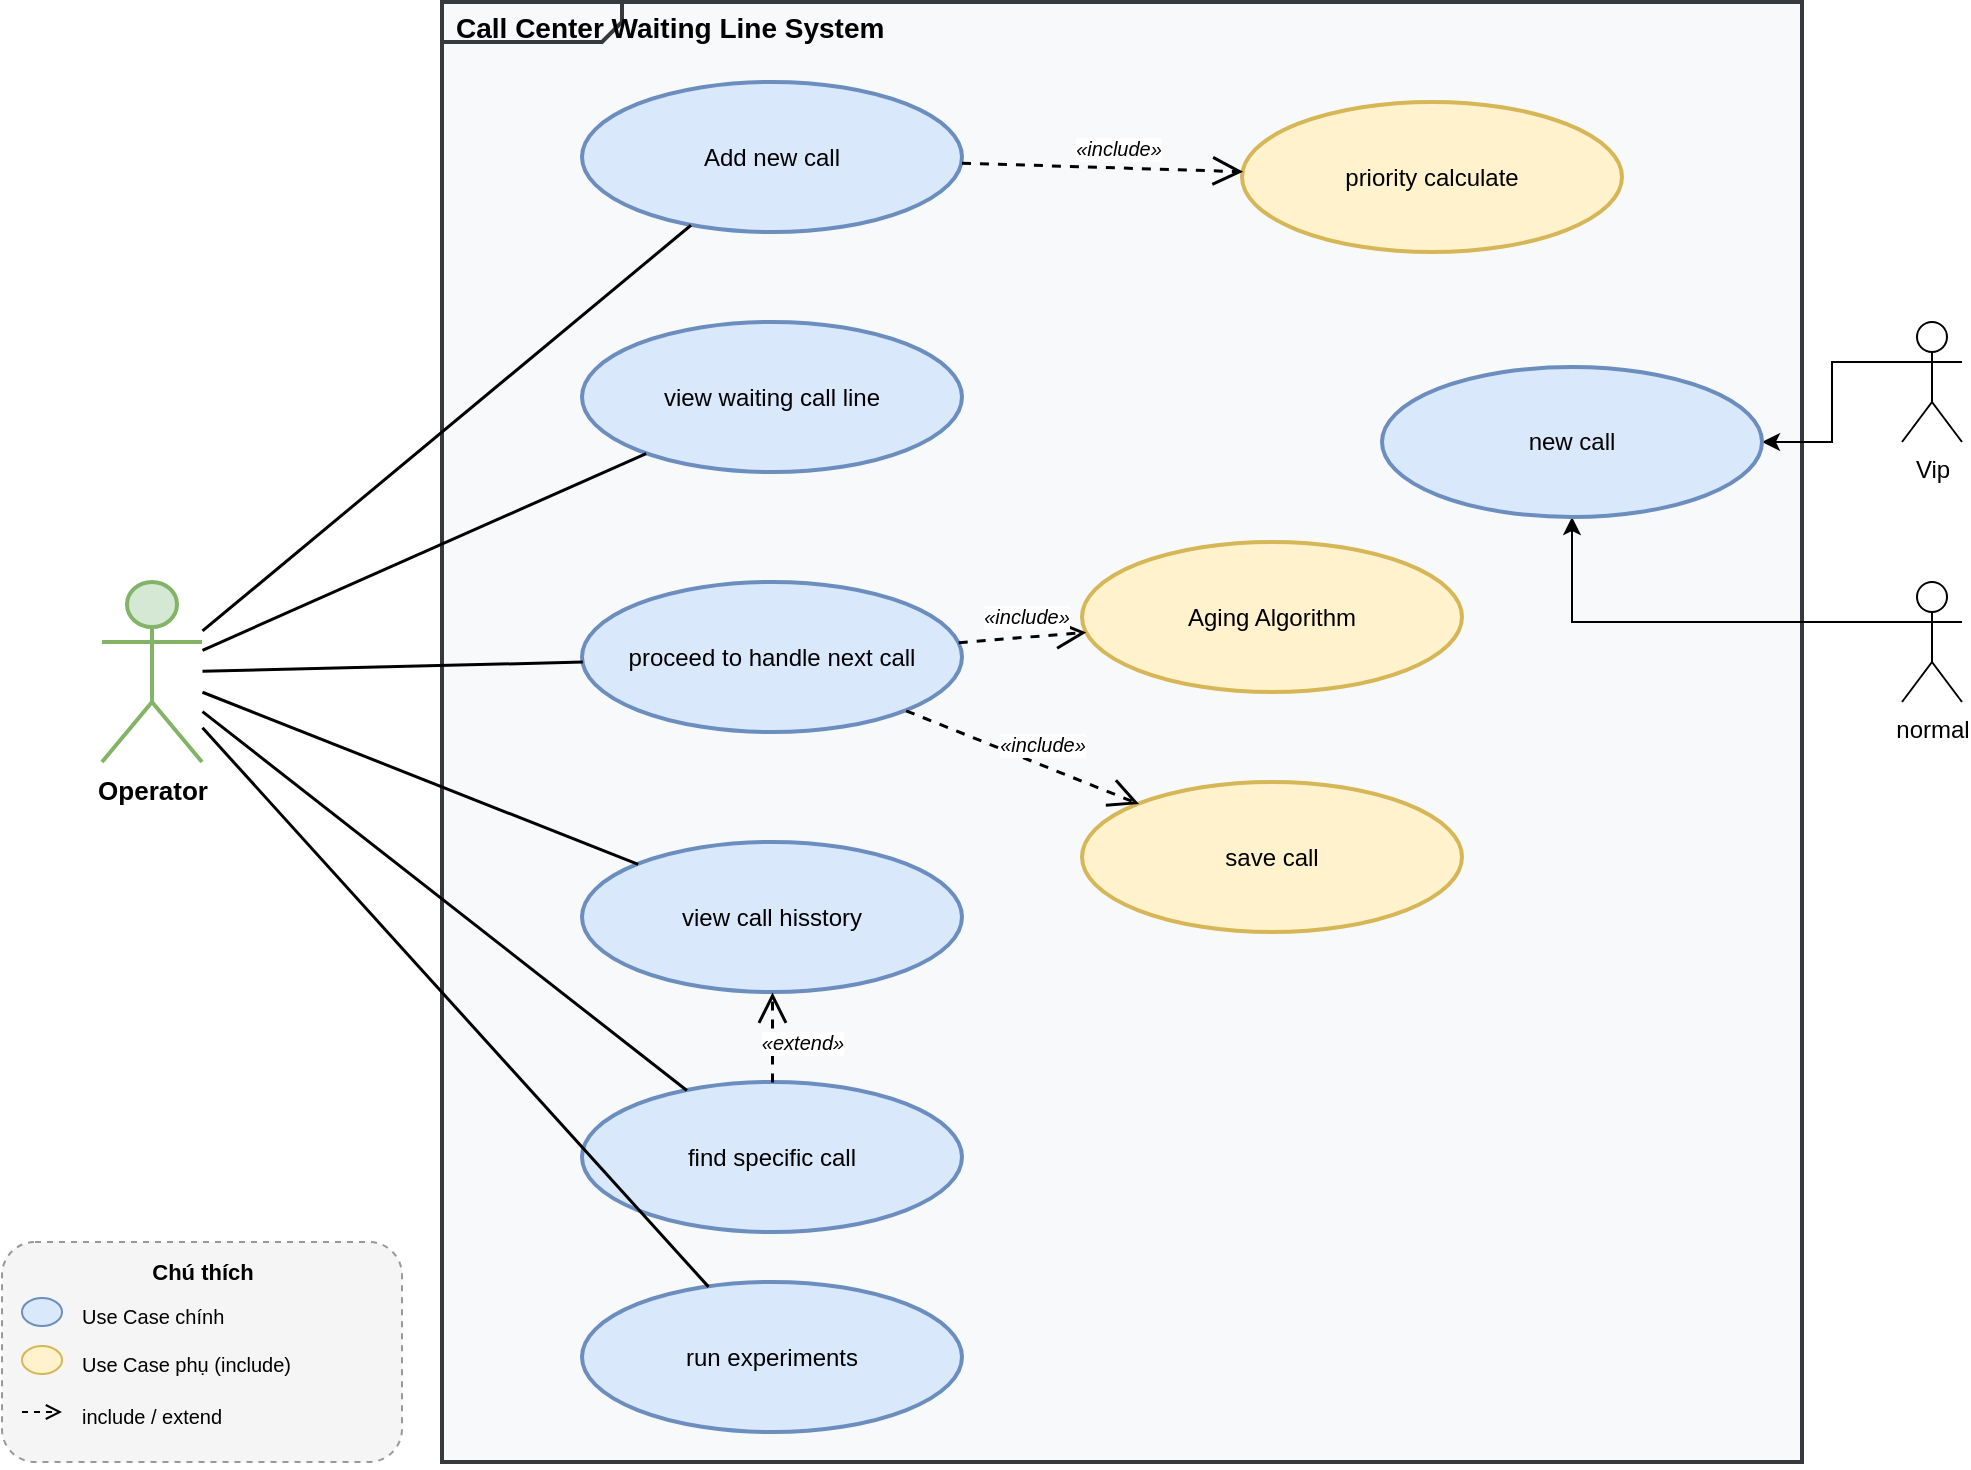
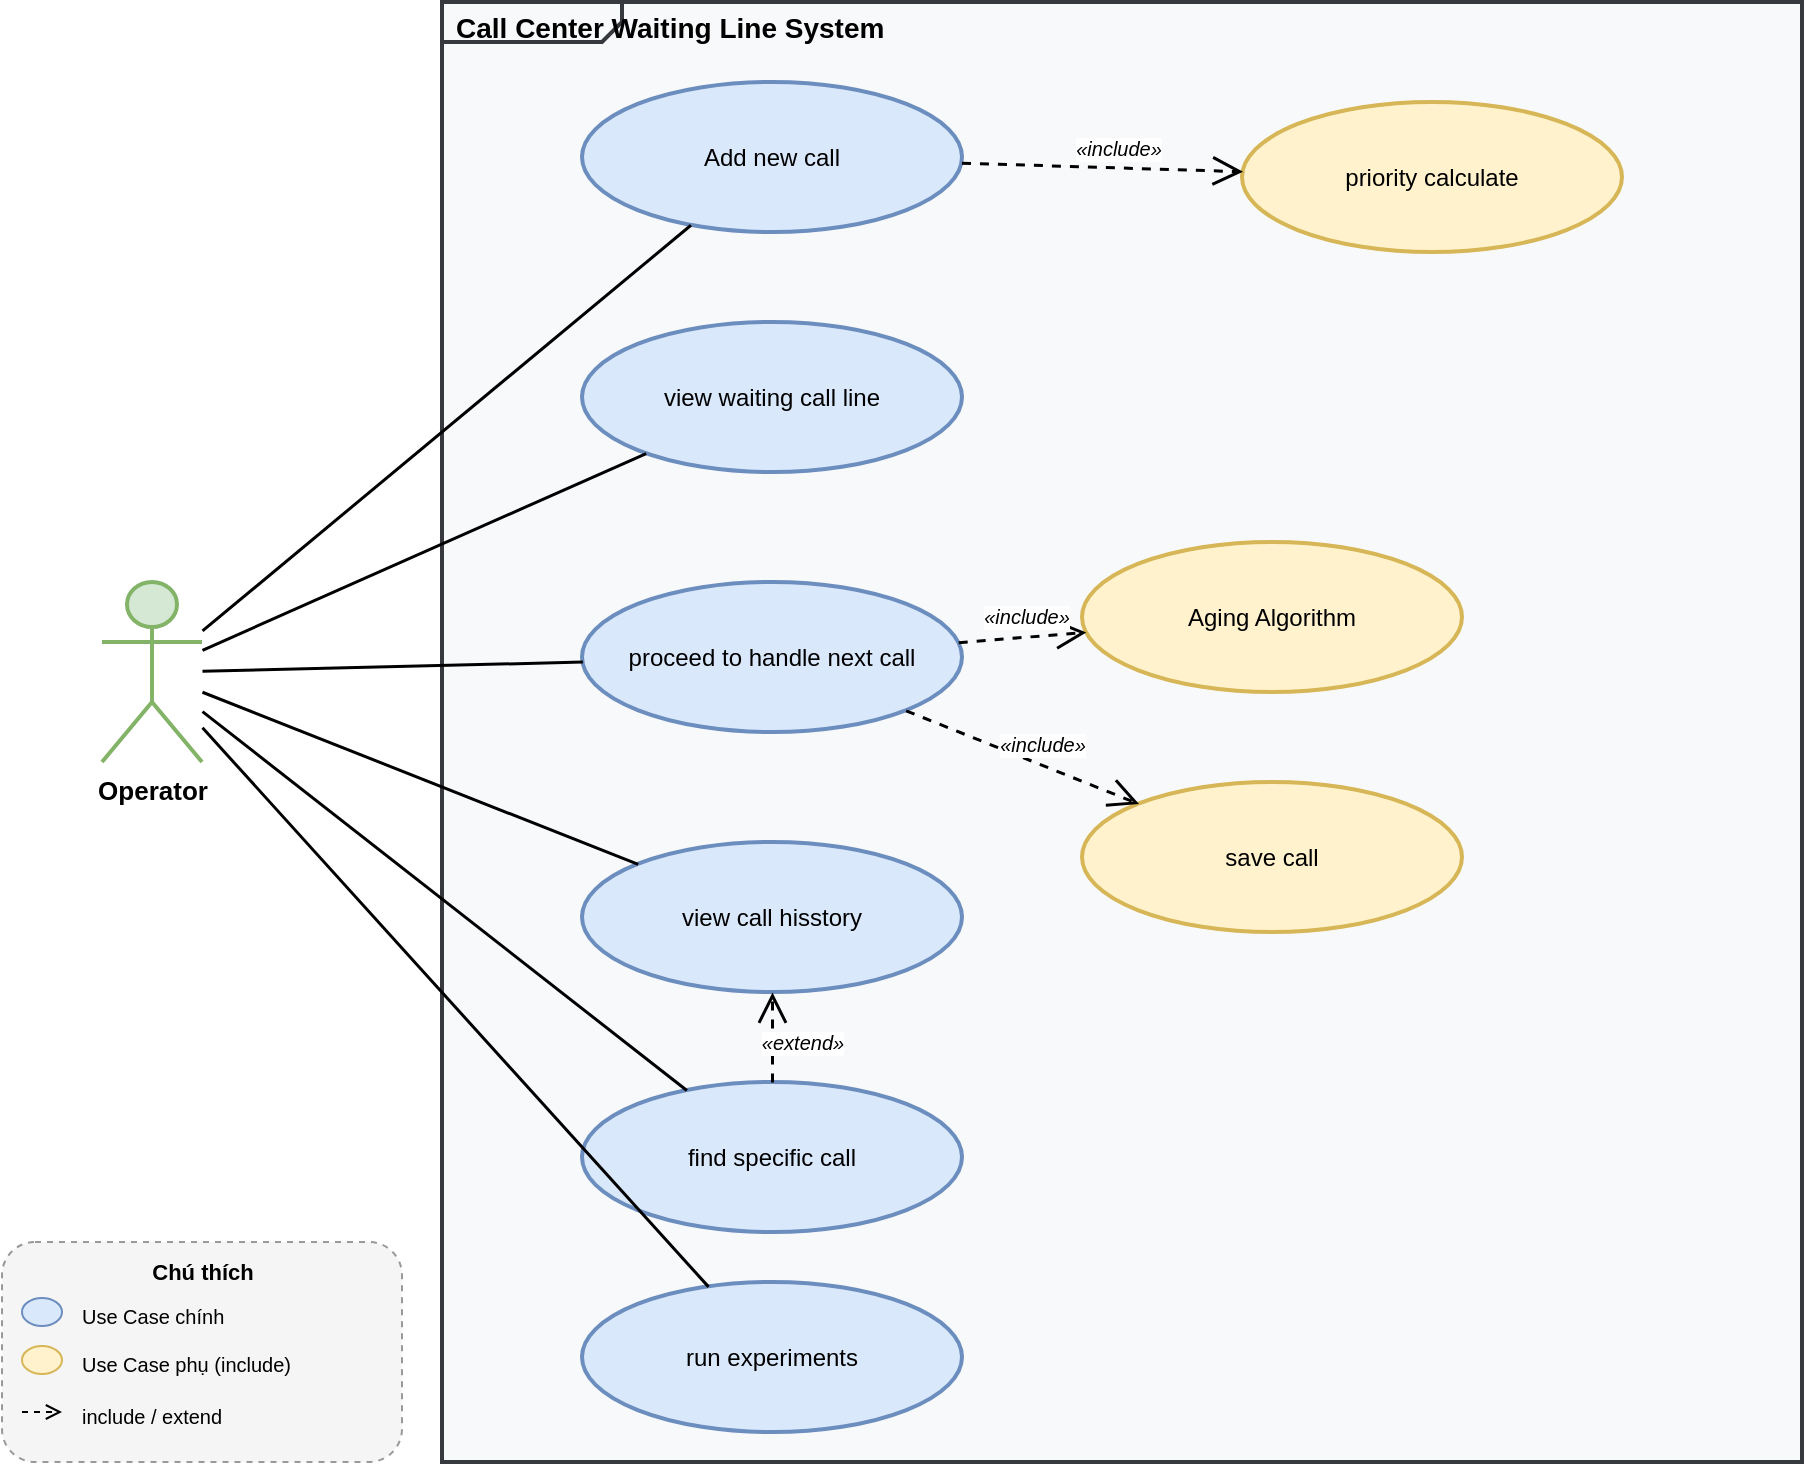
<mxfile host="Electron" agent="Antigravity">
  <diagram id="use-case-diagram" name="Use Case Diagram">
-     <mxGraphModel dx="815" dy="592" grid="1" gridSize="10" guides="1" tooltips="1" connect="1" arrows="1" fold="1" page="1" pageScale="1" pageWidth="1169" pageHeight="827" math="0" shadow="0">
+     <mxGraphModel dx="1032" dy="749" grid="1" gridSize="10" guides="1" tooltips="1" connect="1" arrows="1" fold="1" page="1" pageScale="1" pageWidth="1169" pageHeight="827" math="0" shadow="0">
      <root>
        <mxCell id="0" />
        <mxCell id="1" parent="0" />
        <mxCell id="sys_boundary" parent="1" style="shape=mxgraph.sysml.package;html=1;whiteSpace=wrap;align=left;verticalAlign=top;spacingTop=-2;spacingLeft=5;fontSize=14;strokeColor=#36393d;fillColor=#F8F9FA;strokeWidth=2;labelBackgroundColor=none;overflow=hidden;" value="&lt;b&gt;Call Center Waiting Line System&lt;/b&gt;" vertex="1">
          <mxGeometry height="730" width="680" x="240" y="40" as="geometry" />
        </mxCell>
        <mxCell id="actor_operator" parent="1" style="shape=umlActor;verticalLabelPosition=bottom;verticalAlign=top;html=1;outlineConnect=0;fillColor=#d5e8d4;strokeColor=#82b366;strokeWidth=2;fontSize=13;fontStyle=1;" value="Operator" vertex="1">
          <mxGeometry height="90" width="50" x="70" y="330" as="geometry" />
        </mxCell>
        <mxCell id="uc1" parent="1" style="ellipse;whiteSpace=wrap;html=1;fillColor=#dae8fc;strokeColor=#6c8ebf;strokeWidth=2;fontSize=12;" value="Add new call" vertex="1">
          <mxGeometry height="75" width="190" x="310" y="80" as="geometry" />
        </mxCell>
        <mxCell id="uc2" parent="1" style="ellipse;whiteSpace=wrap;html=1;fillColor=#dae8fc;strokeColor=#6c8ebf;strokeWidth=2;fontSize=12;" value="view waiting call line" vertex="1">
          <mxGeometry height="75" width="190" x="310" y="200" as="geometry" />
        </mxCell>
        <mxCell id="uc3" parent="1" style="ellipse;whiteSpace=wrap;html=1;fillColor=#dae8fc;strokeColor=#6c8ebf;strokeWidth=2;fontSize=12;" value="proceed to handle next call" vertex="1">
          <mxGeometry height="75" width="190" x="310" y="330" as="geometry" />
        </mxCell>
        <mxCell id="uc4" parent="1" style="ellipse;whiteSpace=wrap;html=1;fillColor=#dae8fc;strokeColor=#6c8ebf;strokeWidth=2;fontSize=12;" value="view call hisstory" vertex="1">
          <mxGeometry height="75" width="190" x="310" y="460" as="geometry" />
        </mxCell>
        <mxCell id="uc5" parent="1" style="ellipse;whiteSpace=wrap;html=1;fillColor=#dae8fc;strokeColor=#6c8ebf;strokeWidth=2;fontSize=12;" value="find specific call" vertex="1">
          <mxGeometry height="75" width="190" x="310" y="580" as="geometry" />
        </mxCell>
        <mxCell id="uc6" parent="1" style="ellipse;whiteSpace=wrap;html=1;fillColor=#dae8fc;strokeColor=#6c8ebf;strokeWidth=2;fontSize=12;" value="run experiments" vertex="1">
          <mxGeometry height="75" width="190" x="310" y="680" as="geometry" />
        </mxCell>
        <mxCell id="uc7" parent="1" style="ellipse;whiteSpace=wrap;html=1;fillColor=#fff2cc;strokeColor=#d6b656;strokeWidth=2;fontSize=12;" value="priority calculate" vertex="1">
          <mxGeometry height="75" width="190" x="640" y="90" as="geometry" />
        </mxCell>
        <mxCell id="uc8" parent="1" style="ellipse;whiteSpace=wrap;html=1;fillColor=#fff2cc;strokeColor=#d6b656;strokeWidth=2;fontSize=12;" value="&lt;div&gt;&lt;span style=&quot;background-color: transparent; color: light-dark(rgb(0, 0, 0), rgb(255, 255, 255));&quot;&gt;Aging Algorithm&lt;/span&gt;&lt;/div&gt;" vertex="1">
          <mxGeometry height="75" width="190" x="560" y="310" as="geometry" />
        </mxCell>
        <mxCell id="uc9" parent="1" style="ellipse;whiteSpace=wrap;html=1;fillColor=#fff2cc;strokeColor=#d6b656;strokeWidth=2;fontSize=12;" value="save call" vertex="1">
          <mxGeometry height="75" width="190" x="560" y="430" as="geometry" />
        </mxCell>
        <mxCell id="assoc_1" edge="1" parent="1" source="actor_operator" style="endArrow=none;html=1;strokeWidth=1.5;" target="uc1">
          <mxGeometry relative="1" as="geometry" />
        </mxCell>
        <mxCell id="assoc_2" edge="1" parent="1" source="actor_operator" style="endArrow=none;html=1;strokeWidth=1.5;" target="uc2">
          <mxGeometry relative="1" as="geometry" />
        </mxCell>
        <mxCell id="assoc_3" edge="1" parent="1" source="actor_operator" style="endArrow=none;html=1;strokeWidth=1.5;" target="uc3">
          <mxGeometry relative="1" as="geometry" />
        </mxCell>
        <mxCell id="assoc_4" edge="1" parent="1" source="actor_operator" style="endArrow=none;html=1;strokeWidth=1.5;" target="uc4">
          <mxGeometry relative="1" as="geometry" />
        </mxCell>
        <mxCell id="assoc_5" edge="1" parent="1" source="actor_operator" style="endArrow=none;html=1;strokeWidth=1.5;" target="uc5">
          <mxGeometry relative="1" as="geometry" />
        </mxCell>
        <mxCell id="assoc_6" edge="1" parent="1" source="actor_operator" style="endArrow=none;html=1;strokeWidth=1.5;" target="uc6">
          <mxGeometry relative="1" as="geometry" />
        </mxCell>
        <mxCell id="inc_1_7" edge="1" parent="1" source="uc1" style="endArrow=open;endSize=12;dashed=1;html=1;strokeWidth=1.5;fontSize=10;labelBackgroundColor=#FFFFFF;" target="uc7" value="&lt;i&gt;«include»&lt;/i&gt;">
          <mxGeometry relative="1" x="0.1" y="10" as="geometry">
            <mxPoint as="offset" />
          </mxGeometry>
        </mxCell>
        <mxCell id="inc_3_8" edge="1" parent="1" source="uc3" style="endArrow=open;endSize=12;dashed=1;html=1;strokeWidth=1.5;fontSize=10;labelBackgroundColor=#FFFFFF;" target="uc8" value="&lt;i&gt;«include»&lt;/i&gt;">
          <mxGeometry relative="1" x="0.1" y="10" as="geometry">
            <mxPoint as="offset" />
          </mxGeometry>
        </mxCell>
        <mxCell id="inc_3_9" edge="1" parent="1" source="uc3" style="endArrow=open;endSize=12;dashed=1;html=1;strokeWidth=1.5;fontSize=10;labelBackgroundColor=#FFFFFF;" target="uc9" value="&lt;i&gt;«include»&lt;/i&gt;">
          <mxGeometry relative="1" x="0.1" y="10" as="geometry">
            <mxPoint as="offset" />
          </mxGeometry>
        </mxCell>
        <mxCell id="ext_5_4" edge="1" parent="1" source="uc5" style="endArrow=open;endSize=12;dashed=1;html=1;strokeWidth=1.5;fontSize=10;labelBackgroundColor=#FFFFFF;" target="uc4" value="&lt;i&gt;«extend»&lt;/i&gt;">
          <mxGeometry relative="1" x="-0.1" y="-15" as="geometry">
            <mxPoint as="offset" />
          </mxGeometry>
        </mxCell>
        <mxCell id="legend_box" parent="1" style="rounded=1;whiteSpace=wrap;html=1;fillColor=#f5f5f5;strokeColor=#999999;strokeWidth=1;dashed=1;" value="" vertex="1">
          <mxGeometry height="110" width="200" x="20" y="660" as="geometry" />
        </mxCell>
        <mxCell id="legend_title" parent="1" style="text;html=1;fontSize=11;align=center;" value="&lt;b&gt;Chú thích&lt;/b&gt;" vertex="1">
          <mxGeometry height="20" width="100" x="70" y="662" as="geometry" />
        </mxCell>
        <mxCell id="legend_blue" parent="1" style="ellipse;fillColor=#dae8fc;strokeColor=#6c8ebf;strokeWidth=1;" value="" vertex="1">
          <mxGeometry height="14" width="20" x="30" y="688" as="geometry" />
        </mxCell>
        <mxCell id="legend_blue_text" parent="1" style="text;html=1;fontSize=10;align=left;" value="Use Case chính" vertex="1">
          <mxGeometry height="20" width="150" x="58" y="685" as="geometry" />
        </mxCell>
        <mxCell id="legend_yellow" parent="1" style="ellipse;fillColor=#fff2cc;strokeColor=#d6b656;strokeWidth=1;" value="" vertex="1">
          <mxGeometry height="14" width="20" x="30" y="712" as="geometry" />
        </mxCell>
        <mxCell id="legend_yellow_text" parent="1" style="text;html=1;fontSize=10;align=left;" value="Use Case phụ (include)" vertex="1">
          <mxGeometry height="20" width="150" x="58" y="709" as="geometry" />
        </mxCell>
        <mxCell id="legend_dashed" edge="1" parent="1" style="endArrow=open;dashed=1;html=1;strokeWidth=1;" value="">
          <mxGeometry relative="1" as="geometry">
            <mxPoint x="30" y="745" as="sourcePoint" />
            <mxPoint x="50" y="745" as="targetPoint" />
          </mxGeometry>
        </mxCell>
        <mxCell id="legend_dashed_text" parent="1" style="text;html=1;fontSize=10;align=left;" value="include / extend" vertex="1">
          <mxGeometry height="20" width="150" x="58" y="735" as="geometry" />
        </mxCell>
-         <mxCell id="NR39zat1D95TCG33xpnl-13" edge="1" parent="1" source="NR39zat1D95TCG33xpnl-1" style="edgeStyle=orthogonalEdgeStyle;rounded=0;orthogonalLoop=1;jettySize=auto;html=1;exitX=0;exitY=0.3333333333333333;exitDx=0;exitDy=0;exitPerimeter=0;" target="NR39zat1D95TCG33xpnl-9">
-           <mxGeometry relative="1" as="geometry" />
-         </mxCell>
-         <mxCell id="NR39zat1D95TCG33xpnl-1" parent="1" style="shape=umlActor;verticalLabelPosition=bottom;verticalAlign=top;html=1;outlineConnect=0;" value="Vip" vertex="1">
-           <mxGeometry height="60" width="30" x="970" y="200" as="geometry" />
-         </mxCell>
-         <mxCell id="NR39zat1D95TCG33xpnl-11" edge="1" parent="1" source="NR39zat1D95TCG33xpnl-2" style="edgeStyle=orthogonalEdgeStyle;rounded=0;orthogonalLoop=1;jettySize=auto;html=1;exitX=0;exitY=0.3333333333333333;exitDx=0;exitDy=0;exitPerimeter=0;" target="NR39zat1D95TCG33xpnl-9">
-           <mxGeometry relative="1" as="geometry" />
-         </mxCell>
-         <mxCell id="NR39zat1D95TCG33xpnl-2" parent="1" style="shape=umlActor;verticalLabelPosition=bottom;verticalAlign=top;html=1;outlineConnect=0;" value="normal&lt;div&gt;&lt;br&gt;&lt;/div&gt;" vertex="1">
-           <mxGeometry height="60" width="30" x="970" y="330" as="geometry" />
-         </mxCell>
-         <mxCell id="NR39zat1D95TCG33xpnl-9" parent="1" style="ellipse;whiteSpace=wrap;html=1;fillColor=#dae8fc;strokeColor=#6c8ebf;strokeWidth=2;fontSize=12;" value="new call" vertex="1">
-           <mxGeometry height="75" width="190" x="710" y="222.5" as="geometry" />
-         </mxCell>
      </root>
    </mxGraphModel>
  </diagram>
</mxfile>
